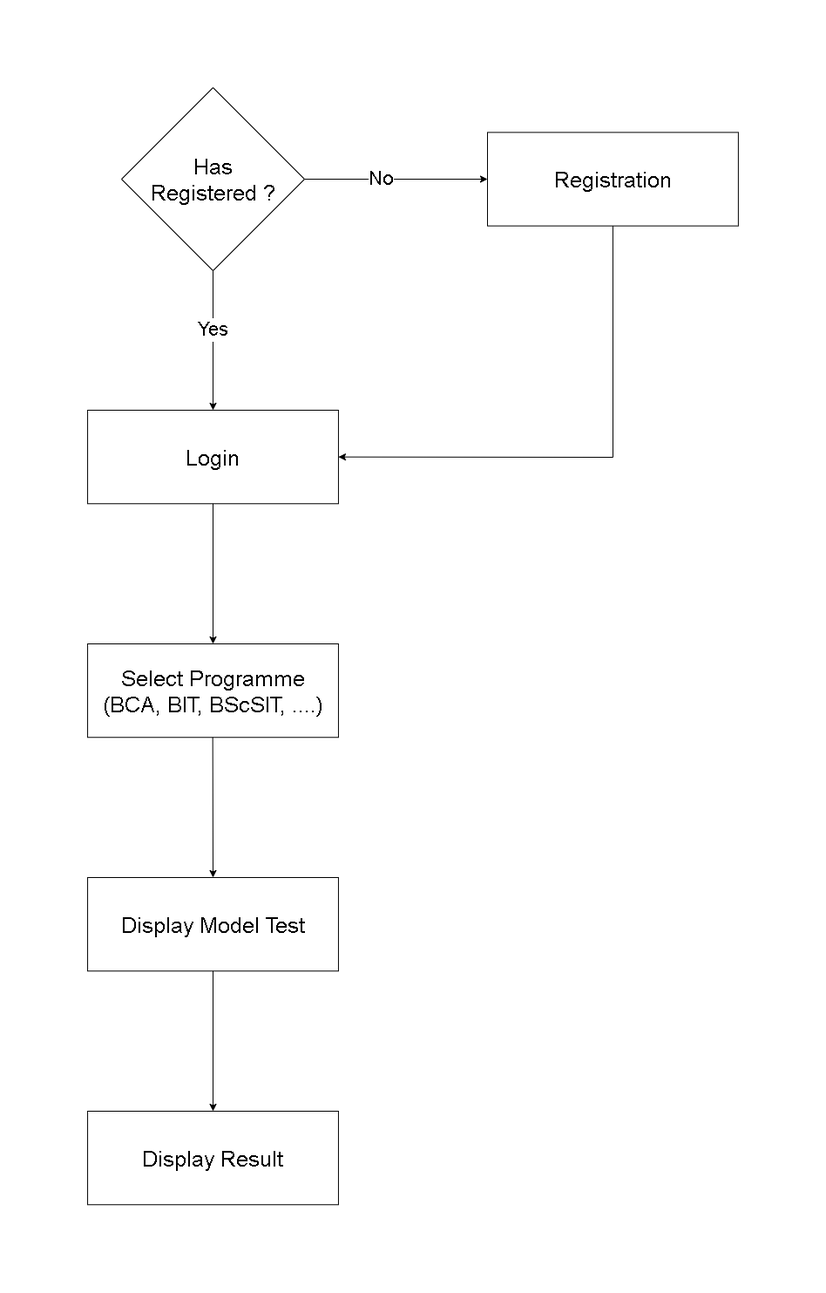
Before: static/Project Diagram/Block Diagram.png, a diagram exported from draw.io (sainisoftravi/online_entrance). Source tidied: cells renumbered, new cells last; positions are measured from the earlier drawing's top-left corner, leaving out a move shared by most shapes. Source of this version:
```xml
<mxGraphModel>
  <root>
    <mxCell id="0" />
    <mxCell id="1" parent="0" />
    <mxCell id="2" style="edgeStyle=orthogonalEdgeStyle;rounded=0;jettySize=auto;html=1;entryX=0;entryY=0.5;entryDx=0;entryDy=0;" parent="1" edge="1" source="4" target="10">
      <mxGeometry relative="1" as="geometry" />
    </mxCell>
    <mxCell id="3" value="&lt;font style=&quot;font-size: 22px;&quot;&gt;No&lt;/font&gt;" style="edgeLabel;html=1;align=center;verticalAlign=middle;" parent="2" vertex="1">
      <mxGeometry x="-0.16" y="1" relative="1" as="geometry" />
    </mxCell>
    <mxCell id="4" value="&lt;div style=&quot;font-size: 25px;&quot;&gt;&lt;span style=&quot;background-color: initial;&quot;&gt;&lt;font style=&quot;font-size: 25px;&quot;&gt;Has&lt;/font&gt;&lt;/span&gt;&lt;/div&gt;&lt;div style=&quot;font-size: 25px;&quot;&gt;&lt;span style=&quot;background-color: initial;&quot;&gt;&lt;font style=&quot;font-size: 25px;&quot;&gt;Registered ?&lt;/font&gt;&lt;/span&gt;&lt;/div&gt;" style="rhombus;whiteSpace=wrap;html=1;align=center;" parent="1" vertex="1">
      <mxGeometry x="39" width="210" height="210" as="geometry" />
    </mxCell>
    <mxCell id="5" style="endArrow=classic;html=1;rounded=0;exitX=0.5;exitY=1;exitDx=0;exitDy=0;entryX=0.5;entryY=0;entryDx=0;entryDy=0;" parent="1" edge="1" source="4" target="9">
      <mxGeometry relative="1" as="geometry" />
    </mxCell>
    <mxCell id="6" value="&lt;font style=&quot;font-size: 22px;&quot;&gt;Yes&lt;/font&gt;" style="edgeLabel;html=1;align=center;verticalAlign=middle;" parent="5" vertex="1">
      <mxGeometry x="-0.15" y="-1" relative="1" as="geometry" />
    </mxCell>
    <mxCell id="7" style="endArrow=classic;html=1;rounded=0;exitX=0.5;exitY=1;exitDx=0;exitDy=0;entryX=1;entryY=0.5;entryDx=0;entryDy=0;" parent="1" edge="1" source="10" target="9">
      <mxGeometry relative="1" as="geometry">
        <Array as="points">
          <mxPoint x="603" y="424" />
        </Array>
      </mxGeometry>
    </mxCell>
    <mxCell id="8" value="&lt;font style=&quot;font-size: 25px;&quot;&gt;Select Programme&lt;br&gt;(BCA, BIT, BScSIT, ....)&lt;br&gt;&lt;/font&gt;" style="whiteSpace=wrap;html=1;" parent="1" vertex="1">
      <mxGeometry x="0.1" y="638" width="287.9" height="107.2" as="geometry" />
    </mxCell>
    <mxCell id="9" value="&lt;font style=&quot;&quot;&gt;&lt;font style=&quot;font-size: 25px;&quot;&gt;Login&lt;/font&gt;&lt;br&gt;&lt;/font&gt;" style="whiteSpace=wrap;html=1;" parent="1" vertex="1">
      <mxGeometry x="0.1" y="370" width="287.9" height="107.2" as="geometry" />
    </mxCell>
    <mxCell id="10" value="&lt;font style=&quot;&quot;&gt;&lt;font style=&quot;font-size: 25px;&quot;&gt;Registration&lt;/font&gt;&lt;br&gt;&lt;/font&gt;" style="whiteSpace=wrap;html=1;" parent="1" vertex="1">
      <mxGeometry x="459" y="51.4" width="287.9" height="107.2" as="geometry" />
    </mxCell>
    <mxCell id="11" value="&lt;font style=&quot;&quot;&gt;&lt;font style=&quot;font-size: 25px;&quot;&gt;Display Model Test&lt;/font&gt;&lt;br&gt;&lt;/font&gt;" style="whiteSpace=wrap;html=1;" parent="1" vertex="1">
      <mxGeometry x="0.1" y="906" width="287.9" height="107.2" as="geometry" />
    </mxCell>
    <mxCell id="12" value="&lt;font style=&quot;&quot;&gt;&lt;font style=&quot;font-size: 25px;&quot;&gt;Display Result&lt;/font&gt;&lt;br&gt;&lt;/font&gt;" style="whiteSpace=wrap;html=1;" parent="1" vertex="1">
      <mxGeometry x="0.1" y="1174" width="287.9" height="107.2" as="geometry" />
    </mxCell>
    <mxCell id="13" style="endArrow=classic;html=1;rounded=0;exitX=0.5;exitY=1;exitDx=0;exitDy=0;entryX=0.5;entryY=0;entryDx=0;entryDy=0;" parent="1" edge="1" source="9" target="8">
      <mxGeometry relative="1" as="geometry" />
    </mxCell>
    <mxCell id="14" style="endArrow=classic;html=1;rounded=0;exitX=0.5;exitY=1;exitDx=0;exitDy=0;entryX=0.5;entryY=0;entryDx=0;entryDy=0;" parent="1" edge="1" target="11">
      <mxGeometry relative="1" as="geometry">
        <mxPoint x="143.7" y="745.2" as="sourcePoint" />
      </mxGeometry>
    </mxCell>
    <mxCell id="15" style="endArrow=classic;html=1;rounded=0;exitX=0.5;exitY=1;exitDx=0;exitDy=0;entryX=0.5;entryY=0;entryDx=0;entryDy=0;" parent="1" edge="1" source="11" target="12">
      <mxGeometry relative="1" as="geometry" />
    </mxCell>
  </root>
</mxGraphModel>
```
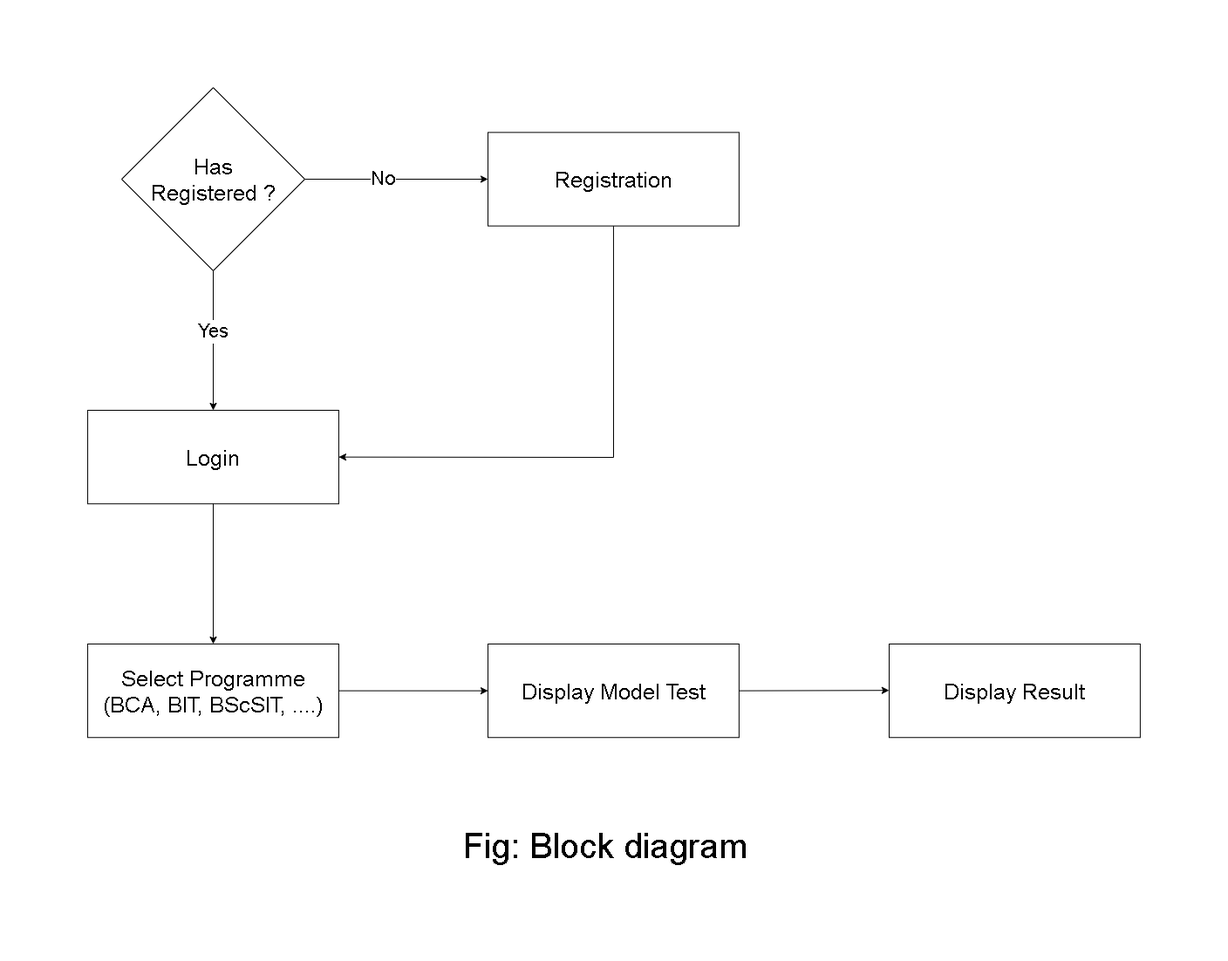
After the change.

Commit message:
Updated Block diagram

What changed in the source:
```diff
@@ -34,21 +34,24 @@
       <mxGeometry x="459" y="51.4" width="287.9" height="107.2" as="geometry" />
     </mxCell>
     <mxCell id="11" value="&lt;font style=&quot;&quot;&gt;&lt;font style=&quot;font-size: 25px;&quot;&gt;Display Model Test&lt;/font&gt;&lt;br&gt;&lt;/font&gt;" style="whiteSpace=wrap;html=1;" parent="1" vertex="1">
-      <mxGeometry x="0.1" y="906" width="287.9" height="107.2" as="geometry" />
+      <mxGeometry x="459" y="638" width="287.9" height="107.2" as="geometry" />
     </mxCell>
     <mxCell id="12" value="&lt;font style=&quot;&quot;&gt;&lt;font style=&quot;font-size: 25px;&quot;&gt;Display Result&lt;/font&gt;&lt;br&gt;&lt;/font&gt;" style="whiteSpace=wrap;html=1;" parent="1" vertex="1">
-      <mxGeometry x="0.1" y="1174" width="287.9" height="107.2" as="geometry" />
+      <mxGeometry x="919" y="638" width="287.9" height="107.2" as="geometry" />
     </mxCell>
     <mxCell id="13" style="endArrow=classic;html=1;rounded=0;exitX=0.5;exitY=1;exitDx=0;exitDy=0;entryX=0.5;entryY=0;entryDx=0;entryDy=0;" parent="1" edge="1" source="9" target="8">
       <mxGeometry relative="1" as="geometry" />
     </mxCell>
-    <mxCell id="14" style="endArrow=classic;html=1;rounded=0;exitX=0.5;exitY=1;exitDx=0;exitDy=0;entryX=0.5;entryY=0;entryDx=0;entryDy=0;" parent="1" edge="1" target="11">
-      <mxGeometry relative="1" as="geometry">
-        <mxPoint x="143.7" y="745.2" as="sourcePoint" />
-      </mxGeometry>
-    </mxCell>
-    <mxCell id="15" style="endArrow=classic;html=1;rounded=0;exitX=0.5;exitY=1;exitDx=0;exitDy=0;entryX=0.5;entryY=0;entryDx=0;entryDy=0;" parent="1" edge="1" source="11" target="12">
-      <mxGeometry relative="1" as="geometry" />
-    </mxCell>
+    <mxCell id="16" style="endArrow=classic;html=1;rounded=0;exitX=1;exitY=0.5;exitDx=0;exitDy=0;entryX=0;entryY=0.5;entryDx=0;entryDy=0;" parent="1" edge="1" source="8" target="11">
+      <mxGeometry relative="1" as="geometry" />
+    </mxCell>
+    <mxCell id="17" style="endArrow=classic;html=1;rounded=0;exitX=1;exitY=0.5;exitDx=0;exitDy=0;entryX=0;entryY=0.5;entryDx=0;entryDy=0;" parent="1" edge="1" source="11">
+      <mxGeometry relative="1" as="geometry">
+        <mxPoint x="918.9" y="691.2" as="targetPoint" />
+      </mxGeometry>
+    </mxCell>
+    <mxCell id="18" value="&lt;font style=&quot;font-size: 40px;&quot;&gt;Fig: Block diagram&amp;nbsp;&lt;/font&gt;" style="text;html=1;align=center;verticalAlign=middle;strokeColor=none;fillColor=none;" parent="1" vertex="1">
+      <mxGeometry x="419" y="840" width="360" height="60" as="geometry" />
+    </mxCell>
   </root>
 </mxGraphModel>
```
